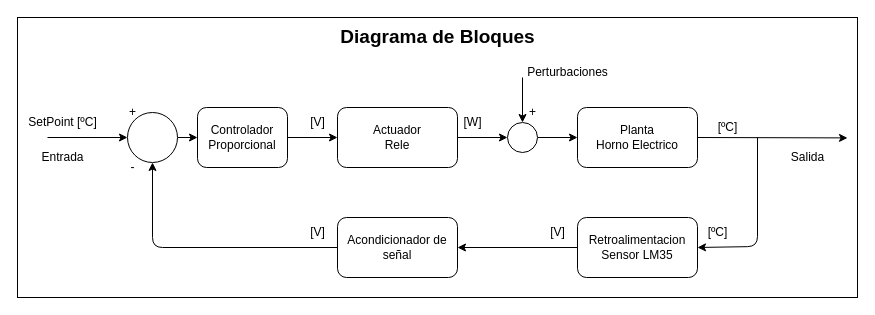
This is Diagramas/SistemaConControlador.drawio from nicopinera/sistema_control_tp, a draw.io file, before an edit. Source tidied: cells renumbered, new cells numbered last; positions are measured from the earlier drawing's top-left corner, leaving out a move shared by most shapes. Both pictures are drawn from the tidied source at 100%, with x=0, y=0 at pixel (17, 17).
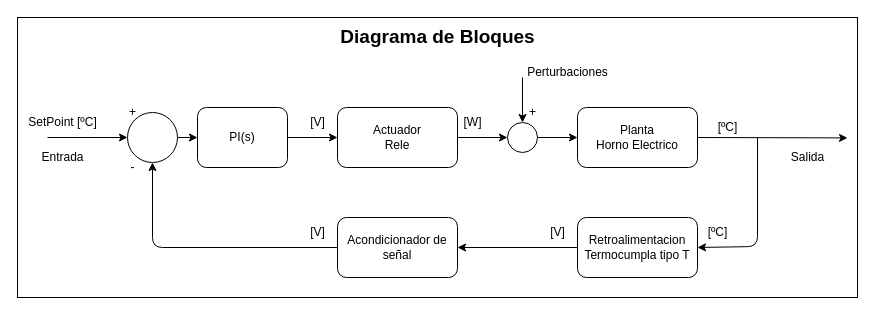
Above is the later version.

What changed in the source:
```diff
@@
-    <mxCell id="10" value="Retroalimentacion&lt;div&gt;Sensor LM35&lt;/div&gt;" style="rounded=1;whiteSpace=wrap;html=1;" parent="1" vertex="1">
+    <mxCell id="10" value="&lt;span style=&quot;color: rgb(0, 0, 0);&quot;&gt;Retroalimentacion&lt;/span&gt;&lt;div&gt;Termocumpla tipo T&lt;/div&gt;" style="rounded=1;whiteSpace=wrap;html=1;" parent="1" vertex="1">
       <mxGeometry x="560" y="200" width="120" height="60" as="geometry" />
     </mxCell>
@@
-    <mxCell id="33" value="Controlador&lt;div&gt;Proporcional&lt;/div&gt;" style="rounded=1;whiteSpace=wrap;html=1;" parent="1" vertex="1">
+    <mxCell id="33" value="PI(s)" style="rounded=1;whiteSpace=wrap;html=1;" parent="1" vertex="1">
       <mxGeometry x="180" y="90" width="90" height="60" as="geometry" />
     </mxCell>
```
